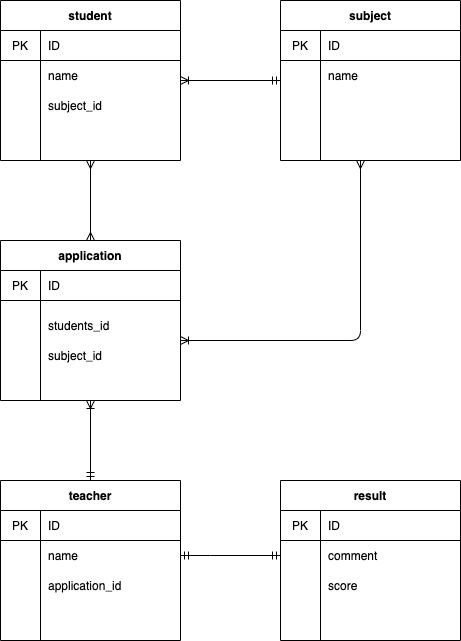
The draw.io diagram index.drawio.png in haruhai/ertest, before a commit. Source tidied: cells renumbered, new cells last; positions are measured from the earlier drawing's top-left corner, leaving out a move shared by most shapes.
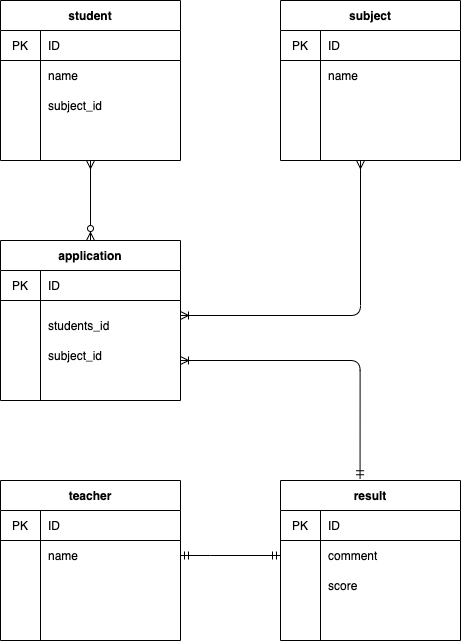
The same diagram one commit later.

Change to the diagram source:
```diff
@@ -2,9 +2,6 @@
   <root>
     <mxCell id="0" />
     <mxCell id="1" parent="0" />
-    <mxCell id="2" style="edgeStyle=orthogonalEdgeStyle;rounded=0;jettySize=auto;html=1;exitX=0.5;exitY=1;exitDx=0;exitDy=0;startArrow=ERoneToMany;startFill=0;endArrow=ERmandOne;endFill=0;entryX=0.5;entryY=0;entryDx=0;entryDy=0;" parent="1" edge="1" source="3" target="24">
-      <mxGeometry relative="1" as="geometry" />
-    </mxCell>
     <mxCell id="3" value="application" style="shape=table;startSize=30;rowLines=0;fontStyle=1;align=center;" parent="1" vertex="1">
       <mxGeometry y="240" width="180" height="160" as="geometry" />
     </mxCell>
@@ -35,7 +32,7 @@
     <mxCell id="12" style="shape=partialRectangle;html=1;whiteSpace=wrap;fillColor=none;top=0;left=0;bottom=0;right=0;align=left;spacingLeft=6;overflow=hidden;" parent="10" vertex="1">
       <mxGeometry x="40" width="140" height="30" as="geometry" />
     </mxCell>
-    <mxCell id="13" style="edgeStyle=orthogonalEdgeStyle;rounded=0;jettySize=auto;html=1;exitX=0.5;exitY=1;exitDx=0;exitDy=0;entryX=0.5;entryY=0;entryDx=0;entryDy=0;endArrow=ERmany;endFill=0;startArrow=ERmany;startFill=0;" parent="1" edge="1" source="14" target="3">
+    <mxCell id="13" style="edgeStyle=orthogonalEdgeStyle;rounded=0;jettySize=auto;html=1;exitX=0.5;exitY=1;exitDx=0;exitDy=0;entryX=0.5;entryY=0;entryDx=0;entryDy=0;endArrow=ERzeroToMany;endFill=1;startArrow=ERmany;startFill=0;" parent="1" edge="1" source="14" target="3">
       <mxGeometry relative="1" as="geometry" />
     </mxCell>
     <mxCell id="14" value="student" style="shape=table;startSize=30;rowLines=0;fontStyle=1;align=center;" parent="1" vertex="1">
@@ -95,7 +92,7 @@
     <mxCell id="32" style="shape=partialRectangle;html=1;whiteSpace=wrap;fillColor=none;top=0;left=0;bottom=0;right=0;overflow=hidden;" parent="31" vertex="1">
       <mxGeometry width="40" height="30" as="geometry" />
     </mxCell>
-    <mxCell id="33" value="application_id" style="shape=partialRectangle;html=1;whiteSpace=wrap;fillColor=none;top=0;left=0;bottom=0;right=0;align=left;spacingLeft=6;overflow=hidden;" parent="31" vertex="1">
+    <mxCell id="33" style="shape=partialRectangle;html=1;whiteSpace=wrap;fillColor=none;top=0;left=0;bottom=0;right=0;align=left;spacingLeft=6;overflow=hidden;" parent="31" vertex="1">
       <mxGeometry x="40" width="140" height="30" as="geometry" />
     </mxCell>
     <mxCell id="34" value="subject" style="shape=table;startSize=30;rowLines=0;fontStyle=1;align=center;" parent="1" vertex="1">
@@ -158,16 +155,6 @@
     <mxCell id="53" value="score" style="shape=partialRectangle;html=1;whiteSpace=wrap;fillColor=none;top=0;left=0;bottom=0;right=0;align=left;spacingLeft=6;overflow=hidden;" parent="51" vertex="1">
       <mxGeometry x="40" width="140" height="30" as="geometry" />
     </mxCell>
-    <mxCell id="54" style="edgeStyle=orthogonalEdgeStyle;rounded=0;orthogonalLoop=1;jettySize=auto;html=1;endArrow=ERmandOne;endFill=0;startArrow=ERoneToMany;startFill=0;" parent="1" edge="1">
-      <mxGeometry relative="1" as="geometry">
-        <mxPoint x="180" y="80" as="sourcePoint" />
-        <mxPoint x="280" y="80" as="targetPoint" />
-        <Array as="points">
-          <mxPoint x="180" y="80" />
-          <mxPoint x="280" y="80" />
-        </Array>
-      </mxGeometry>
-    </mxCell>
     <mxCell id="55" value="students_id" style="shape=partialRectangle;html=1;whiteSpace=wrap;fillColor=none;top=0;left=0;bottom=0;right=0;align=left;spacingLeft=6;overflow=hidden;" parent="1" vertex="1">
       <mxGeometry x="40" y="310" width="140" height="30" as="geometry" />
     </mxCell>
@@ -182,11 +169,18 @@
     <mxCell id="57" value="subject_id" style="shape=partialRectangle;html=1;whiteSpace=wrap;fillColor=none;top=0;left=0;bottom=0;right=0;align=left;spacingLeft=6;overflow=hidden;" parent="1" vertex="1">
       <mxGeometry x="40" y="340" width="140" height="30" as="geometry" />
     </mxCell>
-    <mxCell id="58" style="edgeStyle=segmentEdgeStyle;endArrow=ERmany;html=1;endFill=0;startArrow=ERoneToMany;startFill=0;" parent="1" edge="1">
+    <mxCell id="58" style="edgeStyle=segmentEdgeStyle;endArrow=ERmany;html=1;endFill=0;startArrow=ERoneToMany;startFill=0;exitX=1;exitY=0.5;exitDx=0;exitDy=0;" parent="1" edge="1" source="7">
       <mxGeometry relative="1" as="geometry">
-        <mxPoint x="180" y="340" as="sourcePoint" />
         <mxPoint x="360" y="160" as="targetPoint" />
+        <Array as="points">
+          <mxPoint x="360" y="315" />
+        </Array>
       </mxGeometry>
     </mxCell>
+    <mxCell id="59" style="edgeStyle=segmentEdgeStyle;endArrow=ERmandOne;html=1;entryX=0.442;entryY=-0.011;entryDx=0;entryDy=0;entryPerimeter=0;startArrow=ERoneToMany;startFill=0;endFill=0;" parent="1" edge="1" target="44">
+      <mxGeometry relative="1" as="geometry">
+        <mxPoint x="180" y="360" as="sourcePoint" />
+      </mxGeometry>
+    </mxCell>
   </root>
 </mxGraphModel>
```
